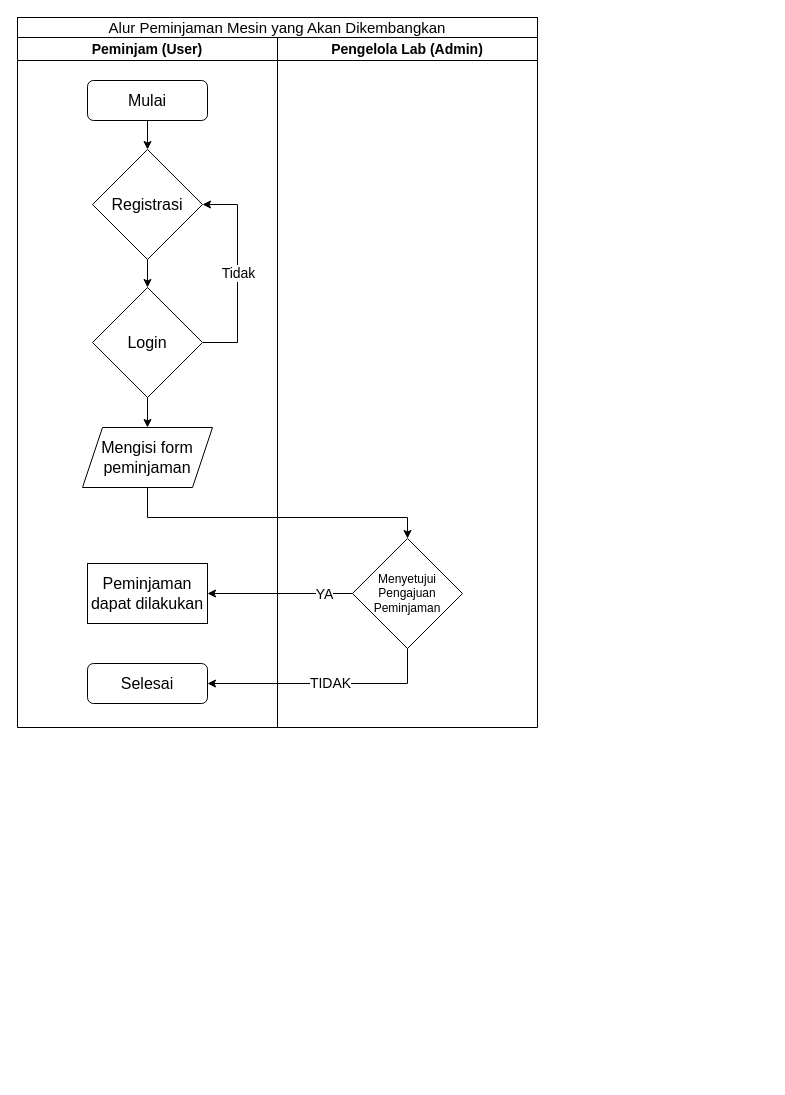
Before: page "Alur Peminjaman Mesin yang Akan Dikembangkan" (8 of 10) of Diagram Aktivitas Admin.drawio.xml in murtianggraeni/TugasAkhir_Flowchart, a draw.io diagram. Source tidied: cells renumbered, new cells numbered last; positions are measured from the earlier drawing's top-left corner, leaving out a move shared by most shapes. Both pictures are drawn from the tidied source at 100%, with x=0, y=0 at pixel (17, 17).
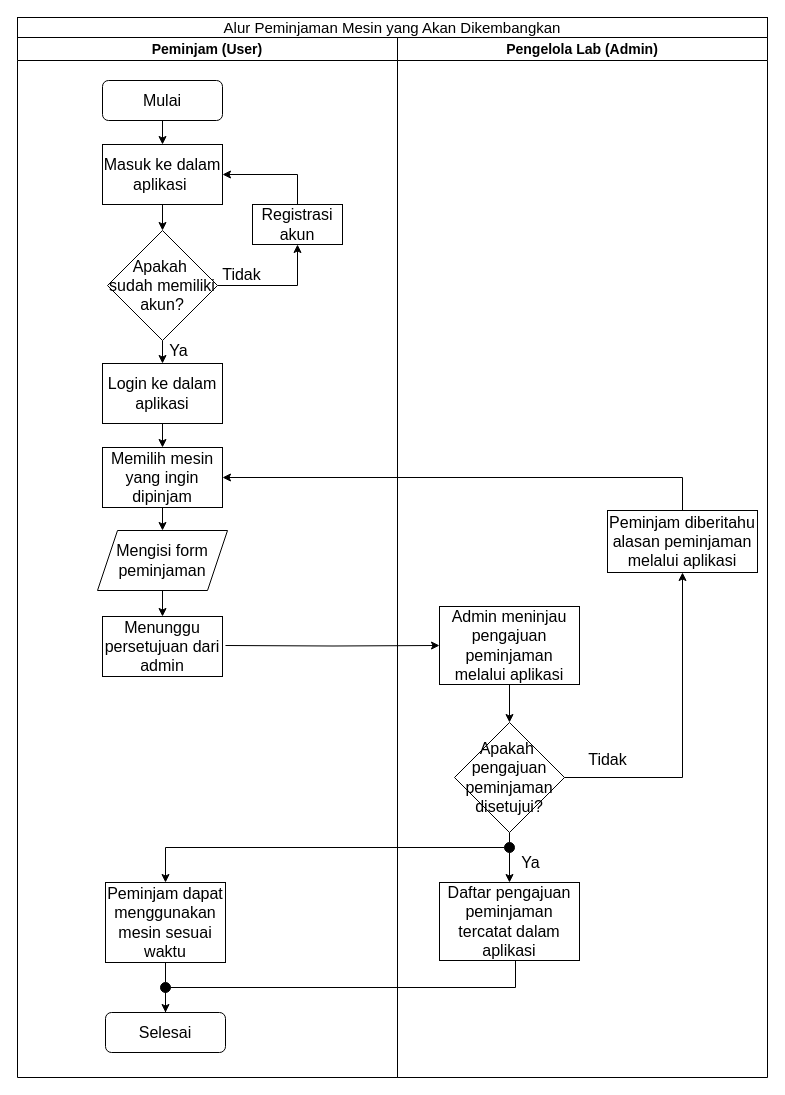
The same diagram, later.

The edit, as a diff of the source:
```diff
@@
     <mxCell id="2" value="&lt;font style=&quot;font-size: 14px;&quot;&gt;Peminjam (User)&lt;/font&gt;" style="swimlane;whiteSpace=wrap;html=1;" parent="1" vertex="1">
-      <mxGeometry y="20" width="260" height="690" as="geometry" />
+      <mxGeometry y="20" width="380" height="1040" as="geometry" />
     </mxCell>
+    <mxCell id="22" style="edgeStyle=orthogonalEdgeStyle;rounded=0;jettySize=auto;html=1;entryX=0.5;entryY=0;entryDx=0;entryDy=0;" parent="2" edge="1" source="13" target="24">
+      <mxGeometry relative="1" as="geometry" />
+    </mxCell>
+    <mxCell id="13" value="&lt;span style=&quot;font-size: 16px;&quot;&gt;Mulai&lt;/span&gt;" style="rounded=1;whiteSpace=wrap;html=1;" parent="2" vertex="1">
+      <mxGeometry x="85" y="43" width="120" height="40" as="geometry" />
+    </mxCell>
+    <mxCell id="23" style="edgeStyle=orthogonalEdgeStyle;rounded=0;jettySize=auto;html=1;" parent="2" edge="1" source="24" target="29">
+      <mxGeometry relative="1" as="geometry" />
+    </mxCell>
+    <mxCell id="24" value="&lt;font style=&quot;font-size: 16px;&quot;&gt;Masuk ke dalam aplikasi&amp;nbsp;&lt;/font&gt;" style="rounded=0;whiteSpace=wrap;html=1;" parent="2" vertex="1">
+      <mxGeometry x="85" y="107" width="120" height="60" as="geometry" />
+    </mxCell>
+    <mxCell id="25" style="edgeStyle=orthogonalEdgeStyle;rounded=0;jettySize=auto;html=1;entryX=0.5;entryY=1;entryDx=0;entryDy=0;" parent="2" edge="1" source="29" target="33">
+      <mxGeometry relative="1" as="geometry" />
+    </mxCell>
+    <mxCell id="26" value="&lt;font style=&quot;font-size: 16px;&quot;&gt;Tidak&lt;/font&gt;" style="edgeLabel;html=1;align=center;verticalAlign=middle;" parent="25" vertex="1">
+      <mxGeometry x="-0.84" y="1" relative="1" as="geometry">
+        <mxPoint x="13" y="-11" as="offset" />
+      </mxGeometry>
+    </mxCell>
+    <mxCell id="27" style="edgeStyle=orthogonalEdgeStyle;rounded=0;jettySize=auto;html=1;" parent="2" edge="1" source="29" target="31">
+      <mxGeometry relative="1" as="geometry" />
+    </mxCell>
+    <mxCell id="28" value="&lt;font style=&quot;font-size: 16px;&quot;&gt;Ya&lt;/font&gt;" style="edgeLabel;html=1;align=center;verticalAlign=middle;" parent="27" vertex="1">
+      <mxGeometry x="0.51" y="1" relative="1" as="geometry">
+        <mxPoint x="14" as="offset" />
+      </mxGeometry>
+    </mxCell>
+    <mxCell id="29" value="&lt;font style=&quot;font-size: 16px;&quot;&gt;Apakah&amp;nbsp;&lt;/font&gt;&lt;div&gt;&lt;font style=&quot;font-size: 16px;&quot;&gt;sudah memiliki akun?&lt;/font&gt;&lt;/div&gt;" style="rhombus;whiteSpace=wrap;html=1;" parent="2" vertex="1">
+      <mxGeometry x="90" y="193" width="110" height="110" as="geometry" />
+    </mxCell>
+    <mxCell id="30" style="edgeStyle=orthogonalEdgeStyle;rounded=0;jettySize=auto;html=1;" parent="2" edge="1" source="31" target="35">
+      <mxGeometry relative="1" as="geometry" />
+    </mxCell>
+    <mxCell id="31" value="&lt;span style=&quot;font-size: 16px;&quot;&gt;Login ke dalam aplikasi&lt;/span&gt;" style="rounded=0;whiteSpace=wrap;html=1;" parent="2" vertex="1">
+      <mxGeometry x="85" y="326" width="120" height="60" as="geometry" />
+    </mxCell>
+    <mxCell id="32" style="edgeStyle=orthogonalEdgeStyle;rounded=0;jettySize=auto;html=1;entryX=1;entryY=0.5;entryDx=0;entryDy=0;" parent="2" edge="1" source="33" target="24">
+      <mxGeometry relative="1" as="geometry">
+        <Array as="points">
+          <mxPoint x="280" y="137" />
+        </Array>
+      </mxGeometry>
+    </mxCell>
+    <mxCell id="33" value="&lt;span style=&quot;font-size: 16px;&quot;&gt;Registrasi akun&lt;/span&gt;" style="rounded=0;whiteSpace=wrap;html=1;" parent="2" vertex="1">
+      <mxGeometry x="235" y="167" width="90" height="40" as="geometry" />
+    </mxCell>
+    <mxCell id="34" style="edgeStyle=orthogonalEdgeStyle;rounded=0;jettySize=auto;html=1;" parent="2" edge="1" source="35" target="3">
+      <mxGeometry relative="1" as="geometry" />
+    </mxCell>
+    <mxCell id="35" value="&lt;span style=&quot;font-size: 16px;&quot;&gt;Memilih mesin yang ingin dipinjam&lt;/span&gt;" style="rounded=0;whiteSpace=wrap;html=1;" parent="2" vertex="1">
+      <mxGeometry x="85" y="410" width="120" height="60" as="geometry" />
+    </mxCell>
+    <mxCell id="36" style="edgeStyle=orthogonalEdgeStyle;rounded=0;jettySize=auto;html=1;" parent="2" edge="1" source="3" target="37">
+      <mxGeometry relative="1" as="geometry" />
+    </mxCell>
     <mxCell id="3" value="&lt;font style=&quot;font-size: 16px;&quot; face=&quot;Helvetica&quot;&gt;Mengisi form peminjaman&lt;/font&gt;" style="shape=parallelogram;perimeter=parallelogramPerimeter;whiteSpace=wrap;html=1;fixedSize=1;" parent="2" vertex="1">
-      <mxGeometry x="65" y="390" width="130" height="60" as="geometry" />
+      <mxGeometry x="80" y="493" width="130" height="60" as="geometry" />
     </mxCell>
-    <mxCell id="4" value="&lt;font style=&quot;font-size: 16px;&quot;&gt;Peminjaman dapat dilakukan&lt;/font&gt;" style="rounded=0;whiteSpace=wrap;html=1;" parent="2" vertex="1">
-      <mxGeometry x="70" y="526" width="120" height="60" as="geometry" />
-    </mxCell>
-    <mxCell id="5" style="edgeStyle=orthogonalEdgeStyle;rounded=0;jettySize=auto;html=1;" parent="2" edge="1" source="6" target="10">
-      <mxGeometry relative="1" as="geometry" />
-    </mxCell>
-    <mxCell id="6" value="&lt;font style=&quot;font-size: 16px;&quot;&gt;Registrasi&lt;/font&gt;" style="rhombus;whiteSpace=wrap;html=1;" parent="2" vertex="1">
-      <mxGeometry x="75" y="112" width="110" height="110" as="geometry" />
-    </mxCell>
-    <mxCell id="7" style="edgeStyle=orthogonalEdgeStyle;rounded=0;jettySize=auto;html=1;exitX=1;exitY=0.5;exitDx=0;exitDy=0;entryX=1;entryY=0.5;entryDx=0;entryDy=0;" parent="2" edge="1" source="10" target="6">
-      <mxGeometry relative="1" as="geometry">
-        <Array as="points">
-          <mxPoint x="220" y="305" />
-          <mxPoint x="220" y="167" />
-        </Array>
-      </mxGeometry>
-    </mxCell>
-    <mxCell id="8" value="&lt;font style=&quot;font-size: 14px;&quot;&gt;Tidak&lt;/font&gt;" style="edgeLabel;html=1;align=center;verticalAlign=middle;" parent="7" vertex="1">
-      <mxGeometry x="-0.11" y="-2" relative="1" as="geometry">
-        <mxPoint x="-2" y="-12" as="offset" />
-      </mxGeometry>
-    </mxCell>
-    <mxCell id="9" style="edgeStyle=orthogonalEdgeStyle;rounded=0;jettySize=auto;html=1;entryX=0.5;entryY=0;entryDx=0;entryDy=0;" parent="2" edge="1" source="10" target="3">
-      <mxGeometry relative="1" as="geometry" />
-    </mxCell>
-    <mxCell id="10" value="&lt;font style=&quot;font-size: 16px;&quot;&gt;Login&lt;/font&gt;" style="rhombus;whiteSpace=wrap;html=1;" parent="2" vertex="1">
-      <mxGeometry x="75" y="250" width="110" height="110" as="geometry" />
-    </mxCell>
-    <mxCell id="11" value="&lt;span style=&quot;font-size: 16px;&quot;&gt;Selesai&lt;/span&gt;" style="rounded=1;whiteSpace=wrap;html=1;" parent="2" vertex="1">
-      <mxGeometry x="70" y="626" width="120" height="40" as="geometry" />
-    </mxCell>
-    <mxCell id="12" style="edgeStyle=orthogonalEdgeStyle;rounded=0;jettySize=auto;html=1;entryX=0.5;entryY=0;entryDx=0;entryDy=0;" parent="2" edge="1" source="13" target="6">
-      <mxGeometry relative="1" as="geometry" />
-    </mxCell>
-    <mxCell id="13" value="&lt;span style=&quot;font-size: 16px;&quot;&gt;Mulai&lt;/span&gt;" style="rounded=1;whiteSpace=wrap;html=1;" parent="2" vertex="1">
-      <mxGeometry x="70" y="43" width="120" height="40" as="geometry" />
-    </mxCell>
+    <mxCell id="37" value="&lt;font style=&quot;font-size: 16px;&quot;&gt;Menunggu persetujuan dari admin&lt;/font&gt;" style="rounded=0;whiteSpace=wrap;html=1;" parent="2" vertex="1">
+      <mxGeometry x="85" y="579" width="120" height="60" as="geometry" />
+    </mxCell>
     <mxCell id="14" value="&lt;font style=&quot;font-size: 15px;&quot;&gt;Alur Peminjaman Mesin yang Akan Dikembangkan&lt;/font&gt;" style="rounded=0;whiteSpace=wrap;html=1;" parent="1" vertex="1">
-      <mxGeometry width="520" height="20" as="geometry" />
+      <mxGeometry width="750" height="20" as="geometry" />
     </mxCell>
-    <mxCell id="15" value="&lt;font style=&quot;font-size: 14px;&quot;&gt;Pengelola Lab (Admin)&lt;/font&gt;" style="swimlane;whiteSpace=wrap;html=1;" parent="1" vertex="1">
-      <mxGeometry x="260" y="20" width="260" height="690" as="geometry" />
+    <mxCell id="15" value="&lt;span style=&quot;font-size: 14px;&quot;&gt;Pengelola Lab (Admin)&lt;/span&gt;" style="swimlane;whiteSpace=wrap;html=1;" parent="1" vertex="1">
+      <mxGeometry x="380" y="20" width="370" height="1040" as="geometry" />
     </mxCell>
-    <mxCell id="16" value="&lt;font style=&quot;font-size: 12px;&quot;&gt;Menyetujui Pengajuan Peminjaman&lt;/font&gt;" style="rhombus;whiteSpace=wrap;html=1;" parent="15" vertex="1">
-      <mxGeometry x="75" y="501" width="110" height="110" as="geometry" />
-    </mxCell>
-    <mxCell id="17" style="edgeStyle=orthogonalEdgeStyle;rounded=0;jettySize=auto;html=1;entryX=0.5;entryY=0;entryDx=0;entryDy=0;" parent="1" edge="1" source="3" target="16">
-      <mxGeometry relative="1" as="geometry">
-        <Array as="points">
-          <mxPoint x="130" y="500" />
-          <mxPoint x="390" y="500" />
-        </Array>
-      </mxGeometry>
-    </mxCell>
-    <mxCell id="18" style="edgeStyle=orthogonalEdgeStyle;rounded=0;jettySize=auto;html=1;entryX=1;entryY=0.5;entryDx=0;entryDy=0;" parent="1" edge="1" source="16" target="4">
-      <mxGeometry relative="1" as="geometry" />
-    </mxCell>
-    <mxCell id="19" value="&lt;font style=&quot;font-size: 14px;&quot;&gt;YA&lt;/font&gt;" style="edgeLabel;html=1;align=center;verticalAlign=middle;" parent="18" vertex="1">
-      <mxGeometry x="-0.6" y="3" relative="1" as="geometry">
-        <mxPoint y="-3" as="offset" />
-      </mxGeometry>
-    </mxCell>
-    <mxCell id="20" style="edgeStyle=orthogonalEdgeStyle;rounded=0;jettySize=auto;html=1;entryX=1;entryY=0.5;entryDx=0;entryDy=0;" parent="1" edge="1" source="16" target="11">
-      <mxGeometry relative="1" as="geometry">
-        <Array as="points">
-          <mxPoint x="390" y="666" />
-        </Array>
-      </mxGeometry>
-    </mxCell>
-    <mxCell id="21" value="&lt;font style=&quot;font-size: 14px;&quot;&gt;TIDAK&lt;/font&gt;" style="edgeLabel;html=1;align=center;verticalAlign=middle;" parent="20" vertex="1">
-      <mxGeometry x="-0.04" y="-1" relative="1" as="geometry" />
-    </mxCell>
+    <mxCell id="38" value="&lt;span style=&quot;font-size: 16px;&quot;&gt;Peminjam diberitahu alasan peminjaman melalui aplikasi&lt;/span&gt;" style="rounded=0;whiteSpace=wrap;html=1;align=center;" parent="15" vertex="1">
+      <mxGeometry x="210" y="473" width="150" height="62" as="geometry" />
+    </mxCell>
+    <mxCell id="39" style="edgeStyle=orthogonalEdgeStyle;rounded=0;jettySize=auto;html=1;" parent="15" edge="1" target="40">
+      <mxGeometry relative="1" as="geometry">
+        <mxPoint x="-172" y="608" as="sourcePoint" />
+      </mxGeometry>
+    </mxCell>
+    <mxCell id="40" value="&lt;span style=&quot;font-size: 16px;&quot;&gt;Admin meninjau pengajuan peminjaman melalui aplikasi&lt;/span&gt;" style="rounded=0;whiteSpace=wrap;html=1;" parent="15" vertex="1">
+      <mxGeometry x="42" y="569" width="140" height="78" as="geometry" />
+    </mxCell>
+    <mxCell id="41" style="edgeStyle=orthogonalEdgeStyle;rounded=0;jettySize=auto;html=1;" parent="15" edge="1" source="40" target="42">
+      <mxGeometry relative="1" as="geometry" />
+    </mxCell>
+    <mxCell id="42" value="&lt;font style=&quot;font-size: 16px;&quot;&gt;Apakah&amp;nbsp;&lt;/font&gt;&lt;div&gt;&lt;font style=&quot;font-size: 16px;&quot;&gt;pengajuan peminjaman disetujui?&lt;/font&gt;&lt;/div&gt;" style="rhombus;whiteSpace=wrap;html=1;" parent="15" vertex="1">
+      <mxGeometry x="57" y="685" width="110" height="110" as="geometry" />
+    </mxCell>
+    <mxCell id="43" style="edgeStyle=orthogonalEdgeStyle;rounded=0;jettySize=auto;html=1;entryX=0.5;entryY=1;entryDx=0;entryDy=0;" parent="15" edge="1" source="42" target="38">
+      <mxGeometry relative="1" as="geometry">
+        <Array as="points">
+          <mxPoint x="285" y="740" />
+        </Array>
+      </mxGeometry>
+    </mxCell>
+    <mxCell id="44" value="&lt;font style=&quot;font-size: 16px;&quot;&gt;Tidak&lt;/font&gt;" style="edgeLabel;html=1;align=center;verticalAlign=middle;" parent="43" vertex="1">
+      <mxGeometry x="-0.74" relative="1" as="geometry">
+        <mxPoint y="-19" as="offset" />
+      </mxGeometry>
+    </mxCell>
+    <mxCell id="45" style="edgeStyle=orthogonalEdgeStyle;rounded=0;jettySize=auto;html=1;entryX=0.5;entryY=0;entryDx=0;entryDy=0;exitX=0;exitY=0.5;exitDx=0;exitDy=0;" parent="15" edge="1" source="51" target="46">
+      <mxGeometry relative="1" as="geometry">
+        <Array as="points">
+          <mxPoint x="-232" y="810" />
+        </Array>
+      </mxGeometry>
+    </mxCell>
+    <mxCell id="46" value="&lt;span style=&quot;font-size: 16px;&quot;&gt;Peminjam dapat menggunakan mesin sesuai waktu&lt;/span&gt;" style="rounded=0;whiteSpace=wrap;html=1;" parent="15" vertex="1">
+      <mxGeometry x="-292" y="845" width="120" height="80" as="geometry" />
+    </mxCell>
+    <mxCell id="47" value="&lt;span style=&quot;font-size: 16px;&quot;&gt;Daftar pengajuan peminjaman tercatat dalam aplikasi&lt;/span&gt;" style="rounded=0;whiteSpace=wrap;html=1;" parent="15" vertex="1">
+      <mxGeometry x="42" y="845" width="140" height="78" as="geometry" />
+    </mxCell>
+    <mxCell id="48" style="edgeStyle=orthogonalEdgeStyle;rounded=0;jettySize=auto;html=1;entryX=1;entryY=0.5;entryDx=0;entryDy=0;endArrow=none;endFill=0;" parent="15" edge="1" source="47" target="53">
+      <mxGeometry relative="1" as="geometry">
+        <Array as="points">
+          <mxPoint x="118" y="950" />
+        </Array>
+      </mxGeometry>
+    </mxCell>
+    <mxCell id="11" value="&lt;span style=&quot;font-size: 16px;&quot;&gt;Selesai&lt;/span&gt;" style="rounded=1;whiteSpace=wrap;html=1;" parent="15" vertex="1">
+      <mxGeometry x="-292" y="975" width="120" height="40" as="geometry" />
+    </mxCell>
+    <mxCell id="49" style="edgeStyle=orthogonalEdgeStyle;rounded=0;jettySize=auto;html=1;" parent="15" edge="1" source="51" target="47">
+      <mxGeometry relative="1" as="geometry" />
+    </mxCell>
+    <mxCell id="50" value="&lt;font style=&quot;font-size: 16px;&quot;&gt;Ya&lt;/font&gt;" style="edgeLabel;html=1;align=center;verticalAlign=middle;" parent="49" vertex="1">
+      <mxGeometry x="-0.65" y="1" relative="1" as="geometry">
+        <mxPoint x="19" as="offset" />
+      </mxGeometry>
+    </mxCell>
+    <mxCell id="51" style="ellipse;whiteSpace=wrap;html=1;fillColor=#000000;" parent="15" vertex="1">
+      <mxGeometry x="107" y="805" width="10" height="10" as="geometry" />
+    </mxCell>
+    <mxCell id="52" style="edgeStyle=orthogonalEdgeStyle;rounded=0;jettySize=auto;html=1;endArrow=none;endFill=0;" parent="15" edge="1" source="46">
+      <mxGeometry relative="1" as="geometry">
+        <mxPoint x="-232" y="945" as="targetPoint" />
+      </mxGeometry>
+    </mxCell>
+    <mxCell id="53" style="ellipse;whiteSpace=wrap;html=1;fillColor=#000000;" parent="15" vertex="1">
+      <mxGeometry x="-237" y="945" width="10" height="10" as="geometry" />
+    </mxCell>
+    <mxCell id="54" style="edgeStyle=orthogonalEdgeStyle;rounded=0;jettySize=auto;html=1;" parent="15" edge="1" source="53" target="11">
+      <mxGeometry relative="1" as="geometry" />
+    </mxCell>
+    <mxCell id="55" style="edgeStyle=orthogonalEdgeStyle;rounded=0;jettySize=auto;html=1;endArrow=none;endFill=0;" parent="15" edge="1" source="42" target="51">
+      <mxGeometry relative="1" as="geometry">
+        <Array as="points">
+          <mxPoint x="112" y="795" />
+          <mxPoint x="112" y="795" />
+        </Array>
+      </mxGeometry>
+    </mxCell>
+    <mxCell id="56" style="edgeStyle=orthogonalEdgeStyle;rounded=0;jettySize=auto;html=1;entryX=1;entryY=0.5;entryDx=0;entryDy=0;" parent="1" edge="1" source="38" target="35">
+      <mxGeometry relative="1" as="geometry">
+        <Array as="points">
+          <mxPoint x="665" y="460" />
+        </Array>
+      </mxGeometry>
+    </mxCell>
```
